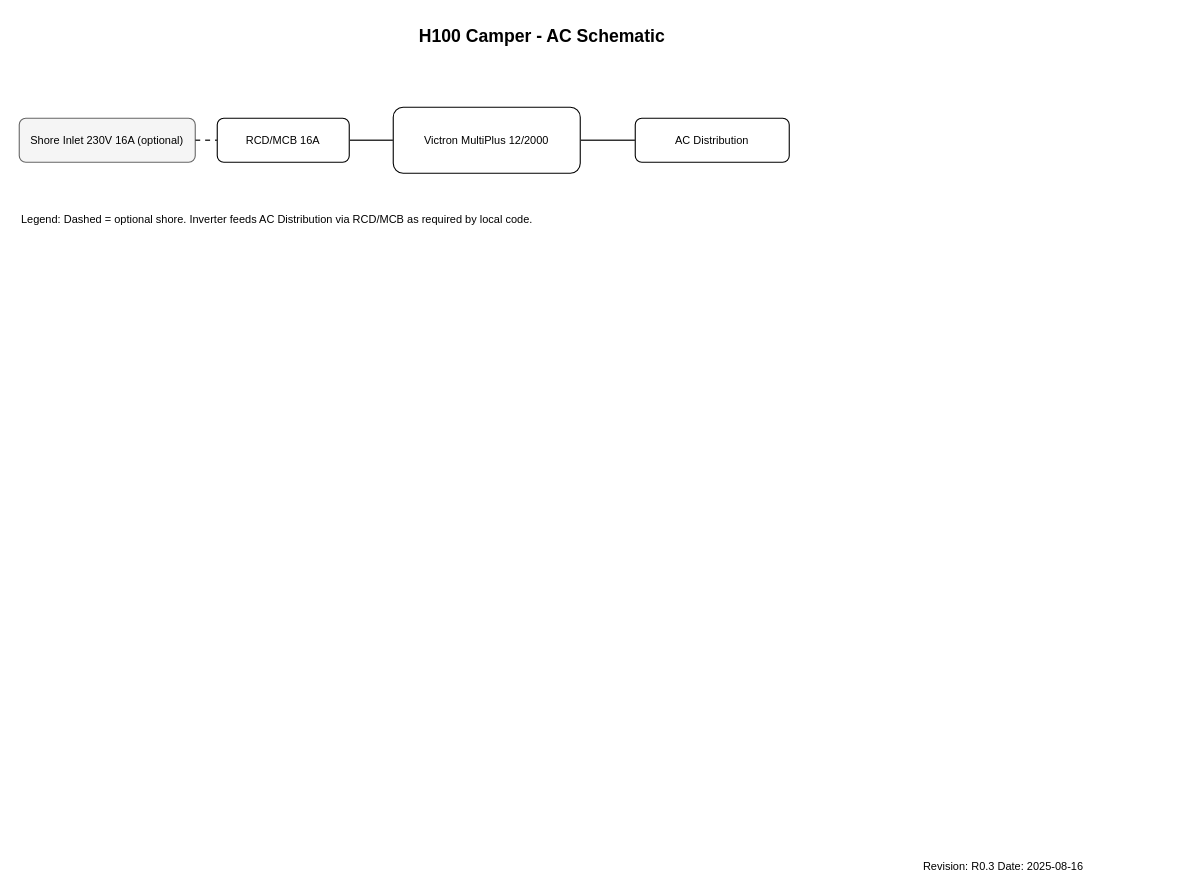
OutOdaBlox/H100-Camper-Build keeps this draw.io diagram as diagrams/ac_schematic.drawio. Above is the earlier version. Source tidied: cells renumbered, new cells numbered last; positions are measured from the earlier drawing's top-left corner, leaving out a move shared by most shapes. Both pictures are drawn from the tidied source at 110%, with x=0, y=0 at pixel (-113, -14).
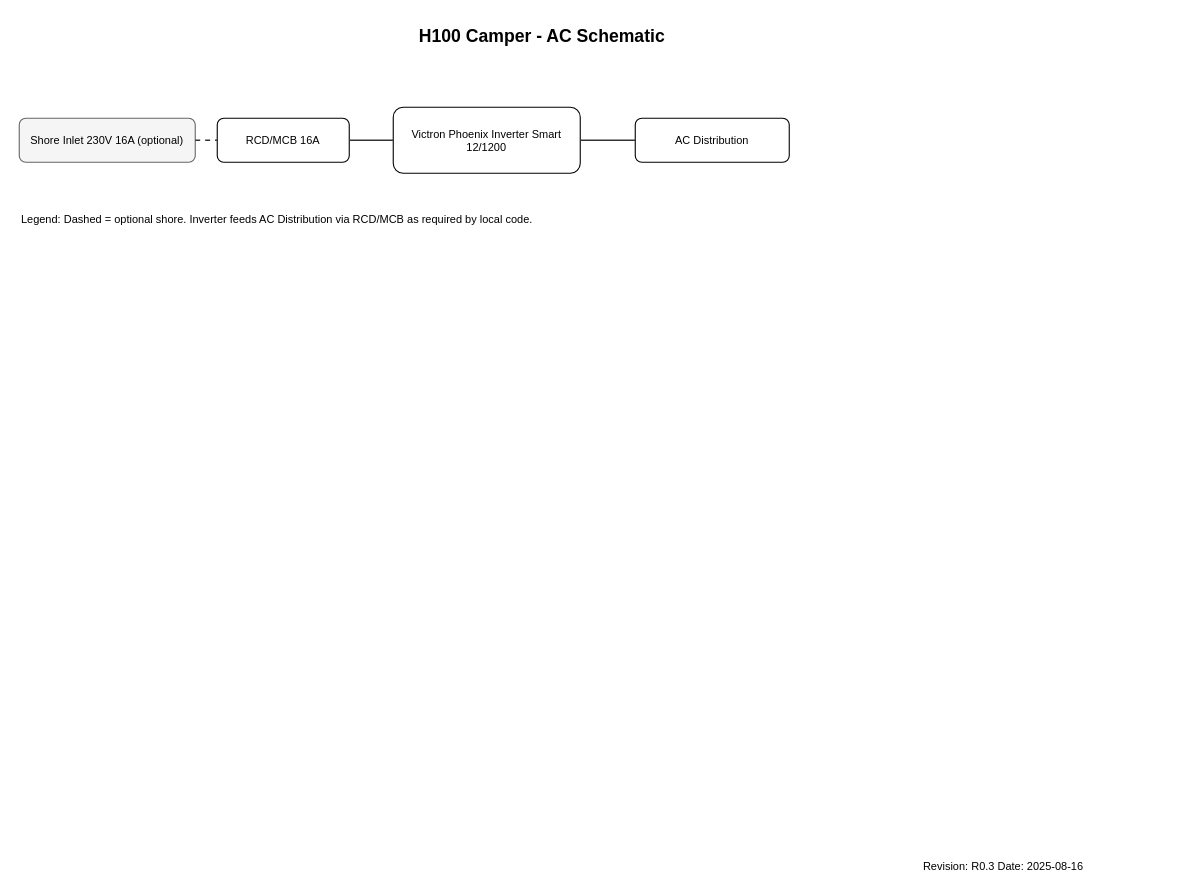
The same page after the edit.

Commit message (it also covers changes not shown here):
chore(h100): update diagram Contents to Phoenix 12/1200 + Class‑T 150A (follow-up)

The edit, as a diff of the source:
```diff
@@
 <mxGraphModel background="#ffffff">
   <root>
     <mxCell id="0" />
     <mxCell id="1" parent="0" />
     <mxCell id="2" value="Wiring" parent="1" />
     <mxCell id="3" value="Labels" parent="1" />
     <mxCell id="4" value="H100 Camper - AC Schematic" style="text;html=1;align=center;verticalAlign=middle;fontSize=16;fontStyle=1;strokeColor=none;fillColor=none;" parent="3" vertex="1">
       <mxGeometry x="430" y="30" width="330" height="30" as="geometry" />
     </mxCell>
     <mxCell id="5" value="Revision: R0.3  Date: 2025-08-16" style="text;html=1;align=left;verticalAlign=middle;fontSize=10;strokeColor=none;fillColor=none;" parent="3" vertex="1">
       <mxGeometry x="940" y="790" width="220" height="20" as="geometry" />
     </mxCell>
     <mxCell id="6" value="Shore Inlet 230V 16A (optional)" style="rounded=1;whiteSpace=wrap;html=1;strokeColor=#666;fillColor=#f5f5f5;fontSize=10;" parent="2" vertex="1">
       <mxGeometry x="120" y="120" width="160" height="40" as="geometry" />
     </mxCell>
     <mxCell id="7" value="RCD/MCB 16A" style="rounded=1;whiteSpace=wrap;html=1;strokeColor=#000;fillColor=#fff;fontSize=10;" parent="2" vertex="1">
       <mxGeometry x="300" y="120" width="120" height="40" as="geometry" />
     </mxCell>
-    <mxCell id="8" value="Victron MultiPlus 12/2000" style="rounded=1;whiteSpace=wrap;html=1;strokeColor=#000;fillColor=#fff;fontSize=10;" parent="2" vertex="1">
+    <mxCell id="8" value="Victron Phoenix Inverter Smart 12/1200" style="rounded=1;whiteSpace=wrap;html=1;strokeColor=#000;fillColor=#fff;fontSize=10;" parent="2" vertex="1">
       <mxGeometry x="460" y="110" width="170" height="60" as="geometry" />
     </mxCell>
     <mxCell id="9" value="AC Distribution" style="rounded=1;whiteSpace=wrap;html=1;strokeColor=#000;fillColor=#fff;fontSize=10;" parent="2" vertex="1">
       <mxGeometry x="680" y="120" width="140" height="40" as="geometry" />
     </mxCell>
     <mxCell id="10" style="edgeStyle=orthogonalEdgeStyle;orthogonalRouting=1;dashed=1;endArrow=none;strokeColor=#333;strokeWidth=1.5;" parent="2" edge="1" source="6" target="7">
       <mxGeometry relative="1" as="geometry" />
     </mxCell>
     <mxCell id="11" style="edgeStyle=orthogonalEdgeStyle;orthogonalRouting=1;endArrow=none;strokeColor=#333;strokeWidth=1.5;" parent="2" edge="1" source="7" target="8">
       <mxGeometry relative="1" as="geometry" />
     </mxCell>
     <mxCell id="12" style="edgeStyle=orthogonalEdgeStyle;orthogonalRouting=1;endArrow=none;strokeColor=#333;strokeWidth=1.5;" parent="2" edge="1" source="8" target="9">
       <mxGeometry relative="1" as="geometry" />
     </mxCell>
     <mxCell id="13" value="Legend: Dashed = optional shore. Inverter feeds AC Distribution via RCD/MCB as required by local code." style="text;html=1;align=left;verticalAlign=top;fontSize=10;strokeColor=none;fillColor=none;" parent="3" vertex="1">
       <mxGeometry x="120" y="200" width="700" height="40" as="geometry" />
     </mxCell>
   </root>
 </mxGraphModel>
```
